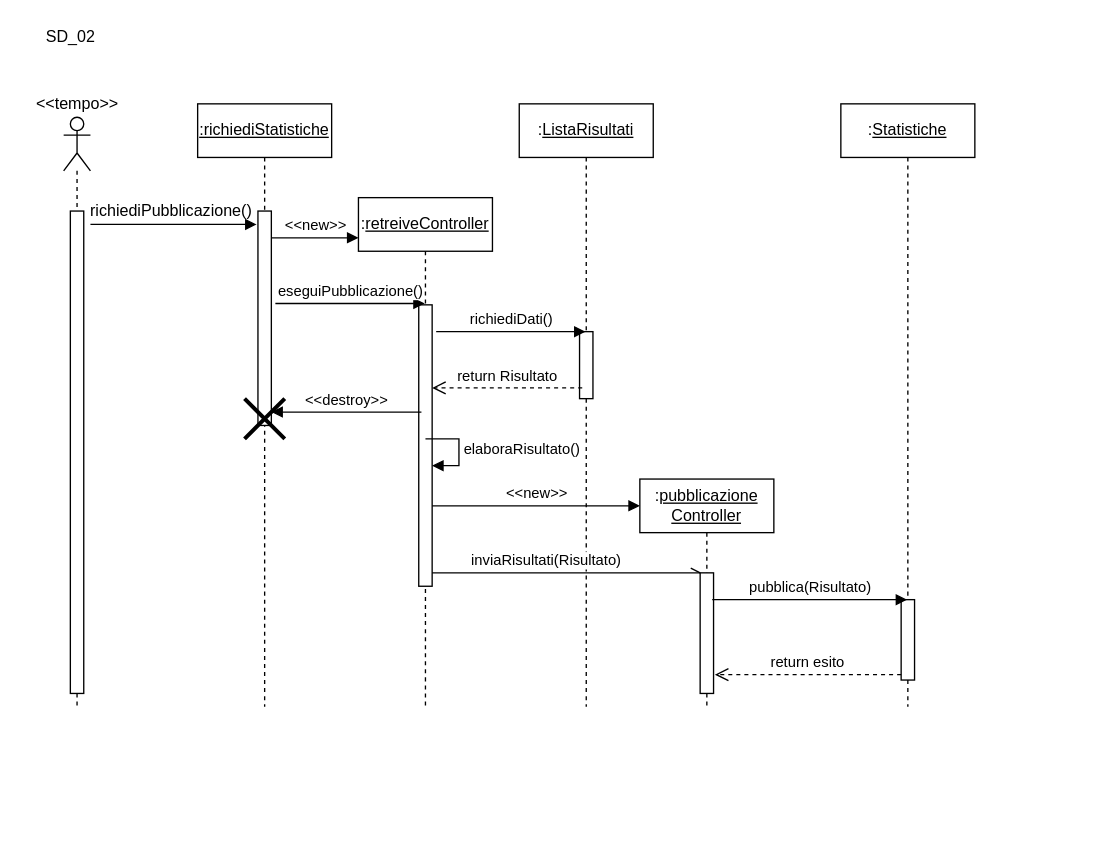
The draw.io diagram page "SD_02 new" (6 of 8) of Diagrammi/Sequence Diagram.drawio in lorycris99/Team-HILO, before the edit. Source tidied: cells renumbered, new cells numbered last; positions are measured from the earlier drawing's top-left corner, leaving out a move shared by most shapes. Both pictures are drawn from the tidied source at 134%, with x=0, y=0 at pixel (23, 23).
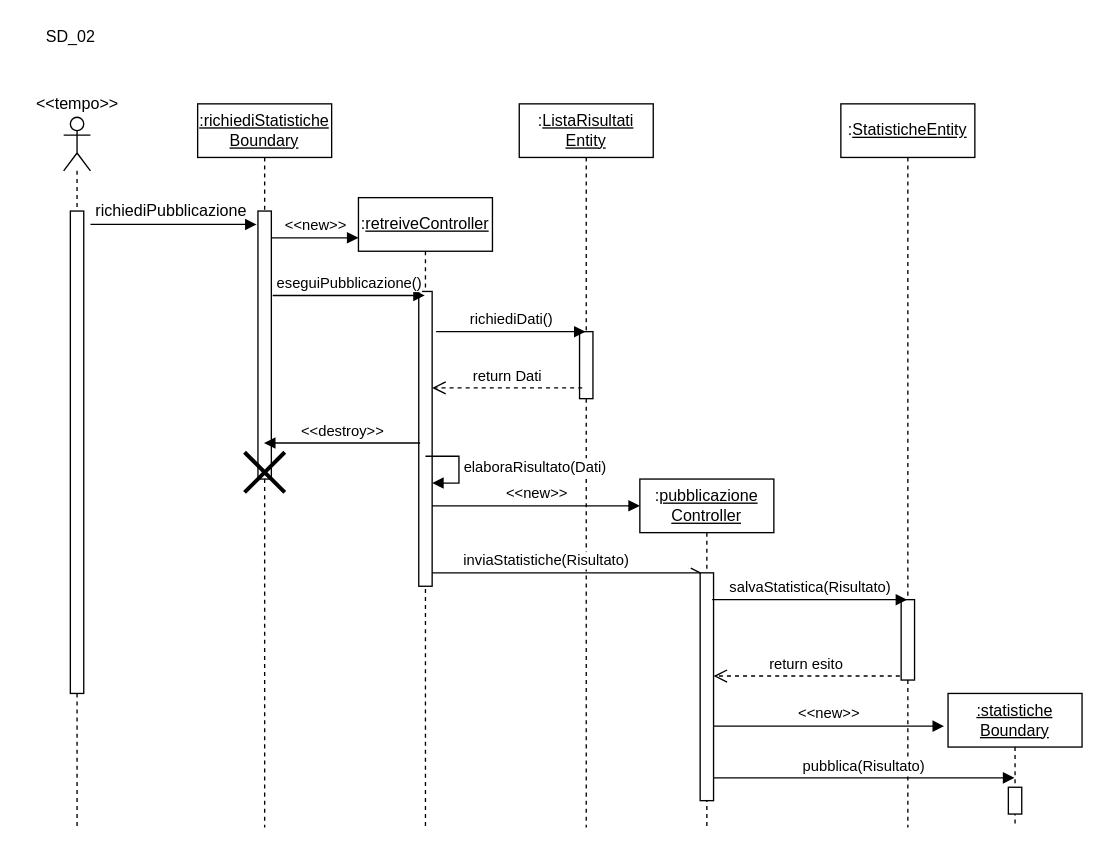
Above is the later version.

Unchanged cells that the change refers to:
```xml
<mxCell id="8" style="html=1;points=[];perimeter=orthogonalPerimeter;" parent="7" vertex="1">
  <mxGeometry x="45" y="170" width="10" height="50" as="geometry" />
</mxCell>
<mxCell id="12" style="html=1;points=[];perimeter=orthogonalPerimeter;" parent="11" vertex="1">
  <mxGeometry x="45" y="370" width="10" height="60" as="geometry" />
</mxCell>
```

What changed in the source:
```diff
@@
     <mxCell id="2" style="shape=umlLifeline;participant=umlActor;perimeter=lifelinePerimeter;whiteSpace=wrap;html=1;verticalAlign=top;spacingTop=36;" parent="1" vertex="1">
-      <mxGeometry x="30" y="70" width="20" height="440" as="geometry" />
+      <mxGeometry x="30" y="70" width="20" height="530" as="geometry" />
     </mxCell>
@@
     <mxCell id="5" value=":&lt;u&gt;retreiveController&lt;/u&gt;" style="shape=umlLifeline;perimeter=lifelinePerimeter;whiteSpace=wrap;html=1;outlineConnect=0;" parent="1" vertex="1">
-      <mxGeometry x="250" y="130" width="100" height="380" as="geometry" />
+      <mxGeometry x="250" y="130" width="100" height="470" as="geometry" />
     </mxCell>
     <mxCell id="6" style="html=1;points=[];perimeter=orthogonalPerimeter;" parent="5" vertex="1">
-      <mxGeometry x="45" y="80" width="10" height="210" as="geometry" />
+      <mxGeometry x="45" y="70" width="10" height="220" as="geometry" />
     </mxCell>
-    <mxCell id="7" value=":&lt;u&gt;ListaRisultati&lt;/u&gt;" style="shape=umlLifeline;perimeter=lifelinePerimeter;whiteSpace=wrap;html=1;outlineConnect=0;" parent="1" vertex="1">
-      <mxGeometry x="370" y="60" width="100" height="450" as="geometry" />
+    <mxCell id="7" value=":&lt;u&gt;ListaRisultati&lt;br&gt;Entity&lt;br&gt;&lt;/u&gt;" style="shape=umlLifeline;perimeter=lifelinePerimeter;whiteSpace=wrap;html=1;outlineConnect=0;" parent="1" vertex="1">
+      <mxGeometry x="370" y="60" width="100" height="540" as="geometry" />
     </mxCell>
@@
     <mxCell id="9" value=":&lt;u&gt;pubblicazione&lt;br&gt;Controller&lt;/u&gt;" style="shape=umlLifeline;perimeter=lifelinePerimeter;whiteSpace=wrap;html=1;" parent="1" vertex="1">
-      <mxGeometry x="460" y="340" width="100" height="170" as="geometry" />
+      <mxGeometry x="460" y="340" width="100" height="260" as="geometry" />
     </mxCell>
     <mxCell id="10" style="html=1;points=[];perimeter=orthogonalPerimeter;" parent="9" vertex="1">
-      <mxGeometry x="45" y="70" width="10" height="90" as="geometry" />
+      <mxGeometry x="45" y="70" width="10" height="170" as="geometry" />
     </mxCell>
-    <mxCell id="11" value=":&lt;u&gt;Statistiche&lt;/u&gt;" style="shape=umlLifeline;perimeter=lifelinePerimeter;whiteSpace=wrap;html=1;outlineConnect=0;" parent="1" vertex="1">
-      <mxGeometry x="610" y="60" width="100" height="450" as="geometry" />
+    <mxCell id="11" value=":&lt;u&gt;StatisticheEntity&lt;/u&gt;" style="shape=umlLifeline;perimeter=lifelinePerimeter;whiteSpace=wrap;html=1;outlineConnect=0;" parent="1" vertex="1">
+      <mxGeometry x="610" y="60" width="100" height="540" as="geometry" />
     </mxCell>
@@
-    <mxCell id="14" value="richiediPubblicazione()" style="text;html=1;align=center;verticalAlign=middle;" parent="1" vertex="1">
-      <mxGeometry x="40" y="130" width="140" height="20" as="geometry" />
+    <mxCell id="14" value="richiediPubblicazione" style="text;html=1;align=center;verticalAlign=middle;" parent="1" vertex="1">
+      <mxGeometry x="45" y="130" width="130" height="20" as="geometry" />
     </mxCell>
-    <mxCell id="15" value="&lt;u&gt;:richiediStatistiche&lt;/u&gt;" style="shape=umlLifeline;perimeter=lifelinePerimeter;whiteSpace=wrap;html=1;outlineConnect=0;" parent="1" vertex="1">
-      <mxGeometry x="130" y="60" width="100" height="450" as="geometry" />
+    <mxCell id="15" value="&lt;u&gt;:richiediStatistiche&lt;br&gt;Boundary&lt;br&gt;&lt;/u&gt;" style="shape=umlLifeline;perimeter=lifelinePerimeter;whiteSpace=wrap;html=1;outlineConnect=0;" parent="1" vertex="1">
+      <mxGeometry x="130" y="60" width="100" height="540" as="geometry" />
     </mxCell>
     <mxCell id="16" style="html=1;points=[];perimeter=orthogonalPerimeter;" parent="15" vertex="1">
-      <mxGeometry x="45" y="80" width="10" height="160" as="geometry" />
+      <mxGeometry x="45" y="80" width="10" height="200" as="geometry" />
     </mxCell>
     <mxCell id="17" style="shape=umlDestroy;whiteSpace=wrap;html=1;strokeWidth=3;" parent="15" vertex="1">
-      <mxGeometry x="35" y="220" width="30" height="30" as="geometry" />
+      <mxGeometry x="35" y="260" width="30" height="30" as="geometry" />
     </mxCell>
-    <mxCell id="18" value="pubblica(Risultato)" style="html=1;verticalAlign=bottom;endArrow=block;" parent="1" edge="1" target="11">
+    <mxCell id="18" value="salvaStatistica(Risultato)" style="html=1;verticalAlign=bottom;endArrow=block;" parent="1" edge="1" target="11">
       <mxGeometry relative="1" as="geometry">
         <mxPoint x="514" y="430" as="sourcePoint" />
       </mxGeometry>
     </mxCell>
-    <mxCell id="19" value="eseguiPubblicazione()" style="html=1;verticalAlign=bottom;endArrow=block;exitX=1.3;exitY=0.431;exitDx=0;exitDy=0;exitPerimeter=0;" parent="1" edge="1" source="16" target="5">
+    <mxCell id="19" value="eseguiPubblicazione()" style="html=1;verticalAlign=bottom;endArrow=block;exitX=1.1;exitY=0.315;exitDx=0;exitDy=0;exitPerimeter=0;" parent="1" edge="1" source="16" target="5">
       <mxGeometry relative="1" as="geometry" />
     </mxCell>
@@
-    <mxCell id="21" value="inviaRisultati(Risultato)" style="html=1;verticalAlign=bottom;endArrow=openAsync;entryX=0;entryY=0;entryDx=0;entryDy=0;entryPerimeter=0;endFill=0;" parent="1" edge="1" source="6" target="10">
+    <mxCell id="21" value="inviaStatistiche(Risultato)" style="html=1;verticalAlign=bottom;endArrow=openAsync;entryX=0;entryY=0;entryDx=0;entryDy=0;entryPerimeter=0;endFill=0;" parent="1" edge="1" source="6" target="10">
       <mxGeometry x="-0.15" relative="1" as="geometry" />
     </mxCell>
@@
-    <mxCell id="24" value="return Risultato" style="html=1;verticalAlign=bottom;endArrow=open;dashed=1;endSize=8;exitX=0.2;exitY=0.84;exitDx=0;exitDy=0;exitPerimeter=0;" parent="1" edge="1" source="8" target="6">
+    <mxCell id="24" value="return Dati" style="html=1;verticalAlign=bottom;endArrow=open;dashed=1;endSize=8;exitX=0.2;exitY=0.84;exitDx=0;exitDy=0;exitPerimeter=0;" parent="1" edge="1" source="8" target="6">
       <mxGeometry relative="1" as="geometry" />
     </mxCell>
-    <mxCell id="25" value="elaboraRisultato()" style="edgeStyle=orthogonalEdgeStyle;html=1;align=left;spacingLeft=2;endArrow=block;rounded=0;entryX=1;entryY=0;" parent="1" edge="1">
+    <mxCell id="25" value="elaboraRisultato(Dati)" style="edgeStyle=orthogonalEdgeStyle;html=1;align=left;spacingLeft=2;endArrow=block;rounded=0;entryX=1;entryY=0;" parent="1" edge="1">
       <mxGeometry relative="1" as="geometry">
-        <mxPoint x="300" y="310" as="sourcePoint" />
-        <mxPoint x="305" y="330" as="targetPoint" />
+        <mxPoint x="300" y="323" as="sourcePoint" />
+        <mxPoint x="305" y="343" as="targetPoint" />
         <Array as="points">
-          <mxPoint x="325" y="310" />
+          <mxPoint x="325" y="323" />
         </Array>
       </mxGeometry>
     </mxCell>
-    <mxCell id="26" value="return esito" style="html=1;verticalAlign=bottom;endArrow=open;dashed=1;endSize=8;entryX=1.1;entryY=0.844;entryDx=0;entryDy=0;entryPerimeter=0;" parent="1" edge="1" source="12" target="10">
+    <mxCell id="26" value="return esito" style="html=1;verticalAlign=bottom;endArrow=open;dashed=1;endSize=8;exitX=-0.1;exitY=0.95;exitDx=0;exitDy=0;exitPerimeter=0;" parent="1" edge="1" source="12" target="10">
       <mxGeometry relative="1" as="geometry" />
     </mxCell>
-    <mxCell id="27" value="&amp;lt;&amp;lt;destroy&amp;gt;&amp;gt;" style="html=1;verticalAlign=bottom;endArrow=none;startArrow=block;startFill=1;endFill=0;entryX=0.2;entryY=0.381;entryDx=0;entryDy=0;entryPerimeter=0;" parent="1" edge="1" source="16" target="6">
+    <mxCell id="27" value="&amp;lt;&amp;lt;destroy&amp;gt;&amp;gt;" style="html=1;verticalAlign=bottom;endArrow=none;startArrow=block;startFill=1;endFill=0;entryX=0.1;entryY=0.514;entryDx=0;entryDy=0;entryPerimeter=0;" parent="1" edge="1" source="15" target="6">
       <mxGeometry relative="1" as="geometry" />
     </mxCell>
@@
+    <mxCell id="29" value="&lt;u&gt;:statistiche&lt;br&gt;Boundary&lt;br&gt;&lt;/u&gt;" style="shape=umlLifeline;perimeter=lifelinePerimeter;whiteSpace=wrap;html=1;outlineConnect=0;" parent="1" vertex="1">
+      <mxGeometry x="690" y="500" width="100" height="100" as="geometry" />
+    </mxCell>
+    <mxCell id="30" style="html=1;perimeter=orthogonalPerimeter;" parent="29" vertex="1">
+      <mxGeometry x="45" y="70" width="10" height="20" as="geometry" />
+    </mxCell>
+    <mxCell id="31" value="&amp;lt;&amp;lt;new&amp;gt;&amp;gt;" style="html=1;verticalAlign=bottom;endArrow=block;entryX=-0.03;entryY=0.244;entryDx=0;entryDy=0;entryPerimeter=0;" parent="1" edge="1" source="10" target="29">
+      <mxGeometry relative="1" as="geometry" />
+    </mxCell>
+    <mxCell id="32" value="pubblica(Risultato)" style="html=1;verticalAlign=bottom;endArrow=block;exitX=1;exitY=0.9;exitDx=0;exitDy=0;exitPerimeter=0;" parent="1" edge="1" source="10" target="29">
+      <mxGeometry relative="1" as="geometry" />
+    </mxCell>
```
